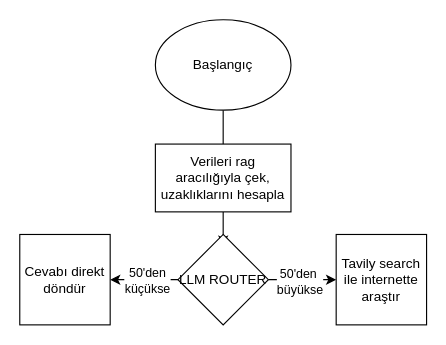
Before: project.dio in mustafamtu/CorragtMe, a draw.io diagram. Source tidied: cells renumbered, new cells numbered last; positions are measured from the earlier drawing's top-left corner, leaving out a move shared by most shapes. Both pictures are drawn from the tidied source at 113%, with x=0, y=0 at pixel (19, 19).
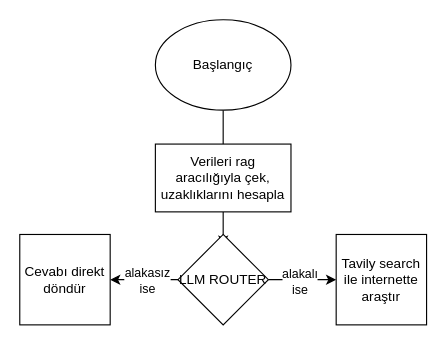
After the change.

What changed in the source:
```diff
@@
 <mxGraphModel>
   <root>
     <mxCell id="0" />
     <mxCell id="1" parent="0" />
     <mxCell id="2" style="edgeStyle=none;html=1;" parent="1" edge="1" source="3">
       <mxGeometry relative="1" as="geometry">
         <mxPoint x="180" y="120" as="targetPoint" />
         <Array as="points">
           <mxPoint x="180" y="100" />
         </Array>
       </mxGeometry>
     </mxCell>
     <mxCell id="3" value="Başlangıç" style="ellipse;whiteSpace=wrap;html=1;shapeInside=1;" parent="1" vertex="1">
       <mxGeometry x="120" width="120" height="80" as="geometry" />
     </mxCell>
     <mxCell id="4" style="edgeStyle=none;html=1;" parent="1" edge="1" source="5">
       <mxGeometry relative="1" as="geometry">
         <mxPoint x="180" y="200" as="targetPoint" />
       </mxGeometry>
     </mxCell>
     <mxCell id="5" value="Verileri rag aracılığıyla çek, uzaklıklarını hesapla" style="rounded=0;whiteSpace=wrap;html=1;" parent="1" vertex="1">
       <mxGeometry x="120" y="110" width="120" height="60" as="geometry" />
     </mxCell>
     <mxCell id="6" style="edgeStyle=none;html=1;" parent="1" edge="1" source="10">
       <mxGeometry relative="1" as="geometry">
         <mxPoint x="280" y="230" as="targetPoint" />
       </mxGeometry>
     </mxCell>
-    <mxCell id="7" value="50'den&amp;nbsp;&lt;div&gt;büyükse&lt;/div&gt;" style="edgeLabel;html=1;align=center;verticalAlign=middle;" parent="6" vertex="1">
+    <mxCell id="7" value="alakalı&lt;div&gt;ise&lt;/div&gt;" style="edgeLabel;html=1;align=center;verticalAlign=middle;" parent="6" vertex="1">
       <mxGeometry x="-0.1" y="-1" relative="1" as="geometry" />
     </mxCell>
     <mxCell id="8" style="edgeStyle=none;html=1;" parent="1" edge="1" source="10">
       <mxGeometry relative="1" as="geometry">
         <mxPoint x="80" y="230" as="targetPoint" />
       </mxGeometry>
     </mxCell>
-    <mxCell id="9" value="50'den&lt;div&gt;küçükse&lt;/div&gt;" style="edgeLabel;html=1;align=center;verticalAlign=middle;" parent="8" vertex="1">
+    <mxCell id="9" value="alakasız&lt;div&gt;ise&lt;/div&gt;" style="edgeLabel;html=1;align=center;verticalAlign=middle;" parent="8" vertex="1">
       <mxGeometry x="-0.06" relative="1" as="geometry" />
     </mxCell>
     <mxCell id="10" value="LLM ROUTER" style="rhombus;whiteSpace=wrap;html=1;shapeInside=1;" parent="1" vertex="1">
       <mxGeometry x="140" y="190" width="80" height="80" as="geometry" />
     </mxCell>
     <mxCell id="11" value="Cevabı direkt döndür" style="whiteSpace=wrap;html=1;" parent="1" vertex="1">
       <mxGeometry y="190" width="80" height="80" as="geometry" />
     </mxCell>
     <mxCell id="12" value="Tavily search ile internette araştır" style="whiteSpace=wrap;html=1;" parent="1" vertex="1">
       <mxGeometry x="280" y="190" width="80" height="80" as="geometry" />
     </mxCell>
   </root>
 </mxGraphModel>
```
